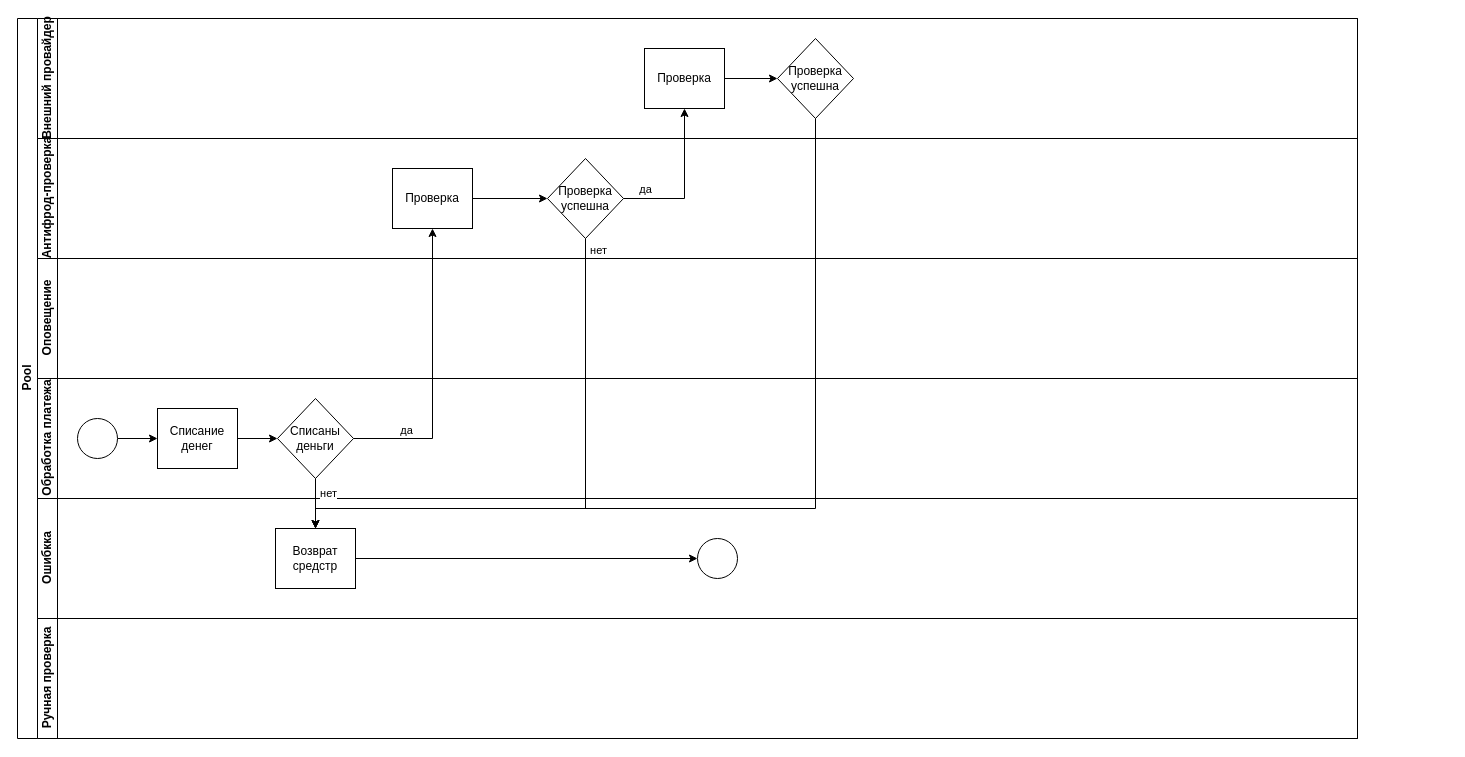
Before: orchestrpay-payment-process.drawio in Shura-mint213/journal, a draw.io diagram. Source tidied: cells renumbered, new cells numbered last; positions are measured from the earlier drawing's top-left corner, leaving out a move shared by most shapes. Both pictures are drawn from the tidied source at 100%, with x=0, y=0 at pixel (17, 18).
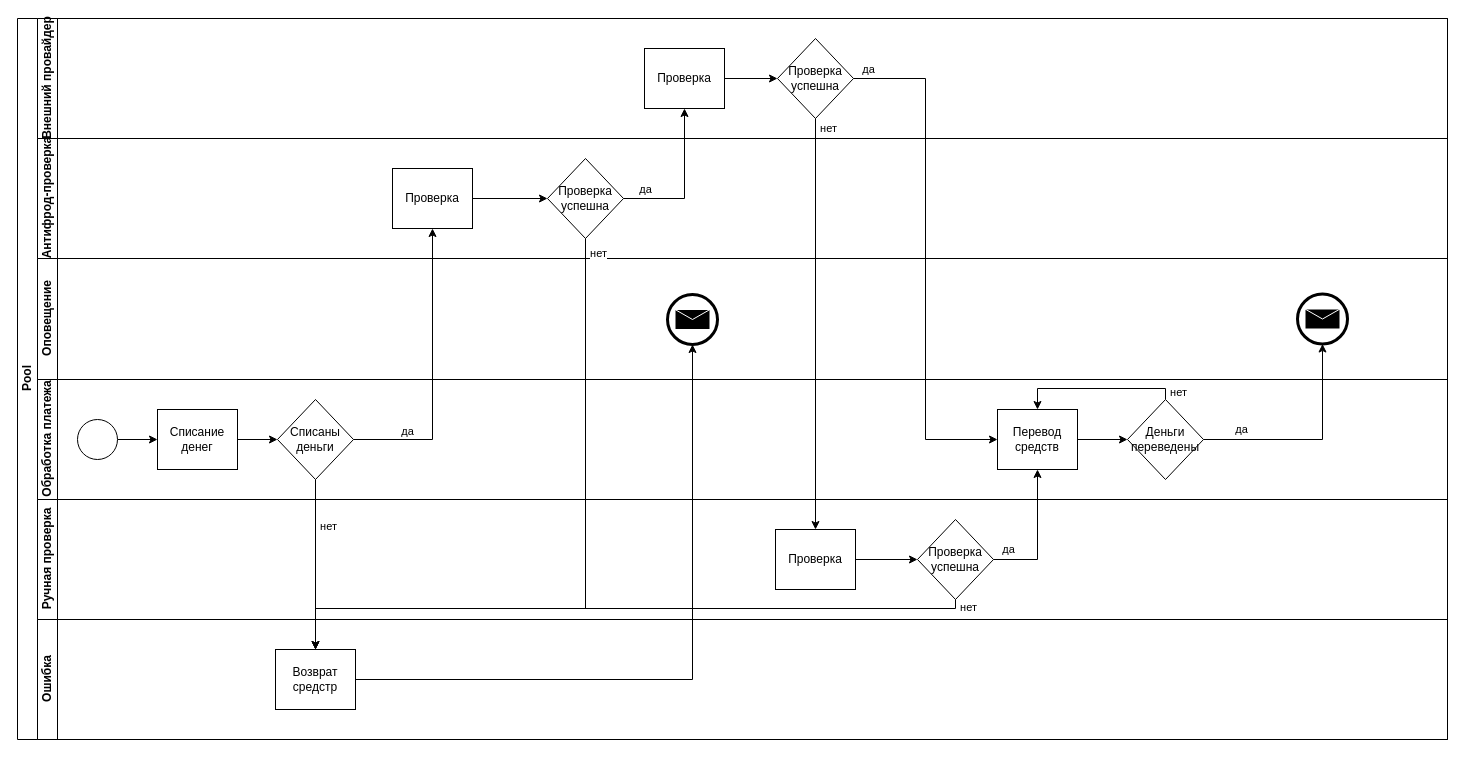
The same diagram, later.

The change refers to these unchanged cells:
```xml
<mxCell id="6" value="Проверка успешна" style="rhombus;whiteSpace=wrap;html=1;fontFamily=Helvetica;fontSize=12;fontColor=#000000;align=center;" parent="3" vertex="1">
  <mxGeometry x="740" y="20" width="76" height="80" as="geometry" />
</mxCell>
<mxCell id="10" value="Проверка успешна" style="rhombus;whiteSpace=wrap;html=1;fontFamily=Helvetica;fontSize=12;fontColor=#000000;align=center;" parent="7" vertex="1">
  <mxGeometry x="510" y="20" width="76" height="80" as="geometry" />
</mxCell>
```

Change to the diagram source:
```diff
@@
     <mxCell id="2" value="Pool" style="swimlane;html=1;horizontal=0;startSize=20;" parent="1" vertex="1">
-      <mxGeometry width="1340" height="720" as="geometry" />
+      <mxGeometry width="1430" height="721" as="geometry" />
     </mxCell>
     <mxCell id="3" value="Внешний провайдер" style="swimlane;html=1;startSize=20;horizontal=0;" parent="2" vertex="1">
-      <mxGeometry x="20" width="1320" height="120" as="geometry" />
+      <mxGeometry x="20" width="1410" height="120" as="geometry" />
     </mxCell>
@@
     <mxCell id="7" value="&lt;p&gt;Антифрод-проверка&lt;/p&gt;" style="swimlane;html=1;startSize=20;horizontal=0;" parent="2" vertex="1">
-      <mxGeometry x="20" y="120" width="1320" height="120" as="geometry" />
+      <mxGeometry x="20" y="120" width="1410" height="120" as="geometry" />
     </mxCell>
@@
     <mxCell id="11" value="Оповещение" style="swimlane;html=1;startSize=20;horizontal=0;" parent="2" vertex="1">
-      <mxGeometry x="20" y="240" width="1320" height="120" as="geometry" />
+      <mxGeometry x="20" y="240" width="1410" height="121" as="geometry" />
     </mxCell>
+    <mxCell id="32" style="points=[[0.145,0.145,0],[0.5,0,0],[0.855,0.145,0],[1,0.5,0],[0.855,0.855,0],[0.5,1,0],[0.145,0.855,0],[0,0.5,0]];shape=mxgraph.bpmn.event;html=1;verticalLabelPosition=bottom;labelBackgroundColor=#ffffff;verticalAlign=top;align=center;perimeter=ellipsePerimeter;outlineConnect=0;outline=end;symbol=message;" parent="11" vertex="1">
+      <mxGeometry x="1260" y="35.5" width="50" height="50" as="geometry" />
+    </mxCell>
+    <mxCell id="33" style="points=[[0.145,0.145,0],[0.5,0,0],[0.855,0.145,0],[1,0.5,0],[0.855,0.855,0],[0.5,1,0],[0.145,0.855,0],[0,0.5,0]];shape=mxgraph.bpmn.event;html=1;verticalLabelPosition=bottom;labelBackgroundColor=#ffffff;verticalAlign=top;align=center;perimeter=ellipsePerimeter;outlineConnect=0;outline=end;symbol=message;" parent="11" vertex="1">
+      <mxGeometry x="630" y="36" width="50" height="50" as="geometry" />
+    </mxCell>
     <mxCell id="12" value="Обработка платежа" style="swimlane;html=1;startSize=20;horizontal=0;" parent="2" vertex="1">
-      <mxGeometry x="20" y="360" width="1320" height="120" as="geometry" />
+      <mxGeometry x="20" y="361" width="1410" height="120" as="geometry" />
     </mxCell>
@@
+    <mxCell id="34" style="edgeStyle=orthogonalEdgeStyle;rounded=0;jettySize=auto;html=1;" parent="12" edge="1" source="35" target="38">
+      <mxGeometry relative="1" as="geometry" />
+    </mxCell>
+    <mxCell id="35" value="Перевод средств" style="rounded=0;whiteSpace=wrap;html=1;fontFamily=Helvetica;fontSize=12;fontColor=#000000;align=center;" parent="12" vertex="1">
+      <mxGeometry x="960" y="30" width="80" height="60" as="geometry" />
+    </mxCell>
+    <mxCell id="36" style="edgeStyle=orthogonalEdgeStyle;rounded=0;jettySize=auto;html=1;entryX=0.5;entryY=0;entryDx=0;entryDy=0;exitX=0.5;exitY=0;exitDx=0;exitDy=0;" parent="12" edge="1" source="38" target="35">
+      <mxGeometry relative="1" as="geometry">
+        <Array as="points">
+          <mxPoint x="1128" y="9" />
+          <mxPoint x="1000" y="9" />
+        </Array>
+      </mxGeometry>
+    </mxCell>
+    <mxCell id="37" value="нет" style="edgeLabel;html=1;align=center;verticalAlign=middle;" parent="36" vertex="1">
+      <mxGeometry x="-0.9" y="-1" relative="1" as="geometry">
+        <mxPoint x="11" as="offset" />
+      </mxGeometry>
+    </mxCell>
+    <mxCell id="38" value="Деньги переведены" style="rhombus;whiteSpace=wrap;html=1;fontFamily=Helvetica;fontSize=12;fontColor=#000000;align=center;" parent="12" vertex="1">
+      <mxGeometry x="1090" y="20" width="76" height="80" as="geometry" />
+    </mxCell>
-    <mxCell id="18" value="Ошибкка" style="swimlane;html=1;startSize=20;horizontal=0;" parent="2" vertex="1">
-      <mxGeometry x="20" y="480" width="1320" height="120" as="geometry" />
+    <mxCell id="18" value="Ручная проверка" style="swimlane;html=1;startSize=20;horizontal=0;" parent="2" vertex="1">
+      <mxGeometry x="20" y="481" width="1410" height="120" as="geometry" />
     </mxCell>
-    <mxCell id="19" style="edgeStyle=orthogonalEdgeStyle;rounded=0;jettySize=auto;html=1;entryX=0;entryY=0.5;entryDx=0;entryDy=0;" parent="18" edge="1" source="20" target="21">
-      <mxGeometry relative="1" as="geometry" />
-    </mxCell>
+    <mxCell id="39" style="edgeStyle=orthogonalEdgeStyle;rounded=0;jettySize=auto;html=1;entryX=0;entryY=0.5;entryDx=0;entryDy=0;" parent="18" edge="1" source="40" target="41">
+      <mxGeometry relative="1" as="geometry" />
+    </mxCell>
+    <mxCell id="40" value="Проверка" style="rounded=0;whiteSpace=wrap;html=1;fontFamily=Helvetica;fontSize=12;fontColor=#000000;align=center;" parent="18" vertex="1">
+      <mxGeometry x="738" y="30" width="80" height="60" as="geometry" />
+    </mxCell>
+    <mxCell id="41" value="Проверка успешна" style="rhombus;whiteSpace=wrap;html=1;fontFamily=Helvetica;fontSize=12;fontColor=#000000;align=center;" parent="18" vertex="1">
+      <mxGeometry x="880" y="20" width="76" height="80" as="geometry" />
+    </mxCell>
+    <mxCell id="22" value="Ошибка" style="swimlane;html=1;startSize=20;horizontal=0;" parent="2" vertex="1">
+      <mxGeometry x="20" y="601" width="1410" height="120" as="geometry" />
+    </mxCell>
-    <mxCell id="20" value="Возврат средстр" style="rounded=0;whiteSpace=wrap;html=1;fontFamily=Helvetica;fontSize=12;fontColor=#000000;align=center;" parent="18" vertex="1">
+    <mxCell id="20" value="Возврат средстр" style="rounded=0;whiteSpace=wrap;html=1;fontFamily=Helvetica;fontSize=12;fontColor=#000000;align=center;" parent="22" vertex="1">
       <mxGeometry x="238" y="30" width="80" height="60" as="geometry" />
     </mxCell>
-    <mxCell id="21" style="ellipse;whiteSpace=wrap;html=1;" parent="18" vertex="1">
-      <mxGeometry x="660" y="40" width="40" height="40" as="geometry" />
-    </mxCell>
-    <mxCell id="22" value="Ручная проверка" style="swimlane;html=1;startSize=20;horizontal=0;" parent="2" vertex="1">
-      <mxGeometry x="20" y="600" width="1320" height="120" as="geometry" />
-    </mxCell>
@@
     <mxCell id="29" style="edgeStyle=orthogonalEdgeStyle;rounded=0;jettySize=auto;html=1;entryX=0.5;entryY=0;entryDx=0;entryDy=0;" parent="2" edge="1" source="10" target="20">
       <mxGeometry relative="1" as="geometry">
         <Array as="points">
-          <mxPoint x="568" y="490" />
-          <mxPoint x="298" y="490" />
+          <mxPoint x="568" y="590" />
+          <mxPoint x="298" y="590" />
         </Array>
       </mxGeometry>
     </mxCell>
@@
-    <mxCell id="31" style="edgeStyle=orthogonalEdgeStyle;rounded=0;jettySize=auto;html=1;entryX=0.5;entryY=0;entryDx=0;entryDy=0;" parent="2" edge="1" source="6" target="20">
-      <mxGeometry relative="1" as="geometry">
-        <Array as="points">
-          <mxPoint x="798" y="490" />
-          <mxPoint x="298" y="490" />
-        </Array>
-      </mxGeometry>
-    </mxCell>
+    <mxCell id="42" style="edgeStyle=orthogonalEdgeStyle;rounded=0;jettySize=auto;html=1;entryX=0.5;entryY=0;entryDx=0;entryDy=0;" parent="2" edge="1" source="6" target="40">
+      <mxGeometry relative="1" as="geometry" />
+    </mxCell>
+    <mxCell id="43" value="нет" style="edgeLabel;html=1;align=center;verticalAlign=middle;" parent="42" vertex="1">
+      <mxGeometry x="-0.95" y="-2" relative="1" as="geometry">
+        <mxPoint x="14" y="-1" as="offset" />
+      </mxGeometry>
+    </mxCell>
+    <mxCell id="44" style="edgeStyle=orthogonalEdgeStyle;rounded=0;jettySize=auto;html=1;entryX=0.5;entryY=0;entryDx=0;entryDy=0;exitX=0.5;exitY=1;exitDx=0;exitDy=0;" parent="2" edge="1" source="41" target="20">
+      <mxGeometry relative="1" as="geometry">
+        <Array as="points">
+          <mxPoint x="938" y="590" />
+          <mxPoint x="298" y="590" />
+        </Array>
+      </mxGeometry>
+    </mxCell>
+    <mxCell id="45" value="нет" style="edgeLabel;html=1;align=center;verticalAlign=middle;" parent="44" vertex="1">
+      <mxGeometry x="-0.98" y="2" relative="1" as="geometry">
+        <mxPoint x="10" as="offset" />
+      </mxGeometry>
+    </mxCell>
+    <mxCell id="46" style="edgeStyle=orthogonalEdgeStyle;rounded=0;jettySize=auto;html=1;entryX=0.5;entryY=1;entryDx=0;entryDy=0;" parent="2" edge="1" source="41" target="35">
+      <mxGeometry relative="1" as="geometry" />
+    </mxCell>
+    <mxCell id="47" value="да" style="edgeLabel;html=1;align=center;verticalAlign=middle;" parent="46" vertex="1">
+      <mxGeometry x="-0.79" y="1" relative="1" as="geometry">
+        <mxPoint y="-10" as="offset" />
+      </mxGeometry>
+    </mxCell>
+    <mxCell id="48" style="edgeStyle=orthogonalEdgeStyle;rounded=0;jettySize=auto;html=1;entryX=0.5;entryY=1;entryDx=0;entryDy=0;entryPerimeter=0;" parent="2" edge="1" source="38" target="32">
+      <mxGeometry relative="1" as="geometry" />
+    </mxCell>
+    <mxCell id="49" value="да" style="edgeLabel;html=1;align=center;verticalAlign=middle;" parent="48" vertex="1">
+      <mxGeometry x="-0.6" y="1" relative="1" as="geometry">
+        <mxPoint x="-6" y="-10" as="offset" />
+      </mxGeometry>
+    </mxCell>
+    <mxCell id="50" style="edgeStyle=orthogonalEdgeStyle;rounded=0;jettySize=auto;html=1;entryX=0;entryY=0.5;entryDx=0;entryDy=0;" parent="2" edge="1" source="6" target="35">
+      <mxGeometry relative="1" as="geometry" />
+    </mxCell>
+    <mxCell id="51" value="да" style="edgeLabel;html=1;align=center;verticalAlign=middle;" parent="50" vertex="1">
+      <mxGeometry x="-0.94" relative="1" as="geometry">
+        <mxPoint x="-1" y="-10" as="offset" />
+      </mxGeometry>
+    </mxCell>
+    <mxCell id="19" style="edgeStyle=orthogonalEdgeStyle;rounded=0;jettySize=auto;html=1;entryX=0.5;entryY=1;entryDx=0;entryDy=0;entryPerimeter=0;" parent="2" edge="1" source="20" target="33">
+      <mxGeometry relative="1" as="geometry" />
+    </mxCell>
```
